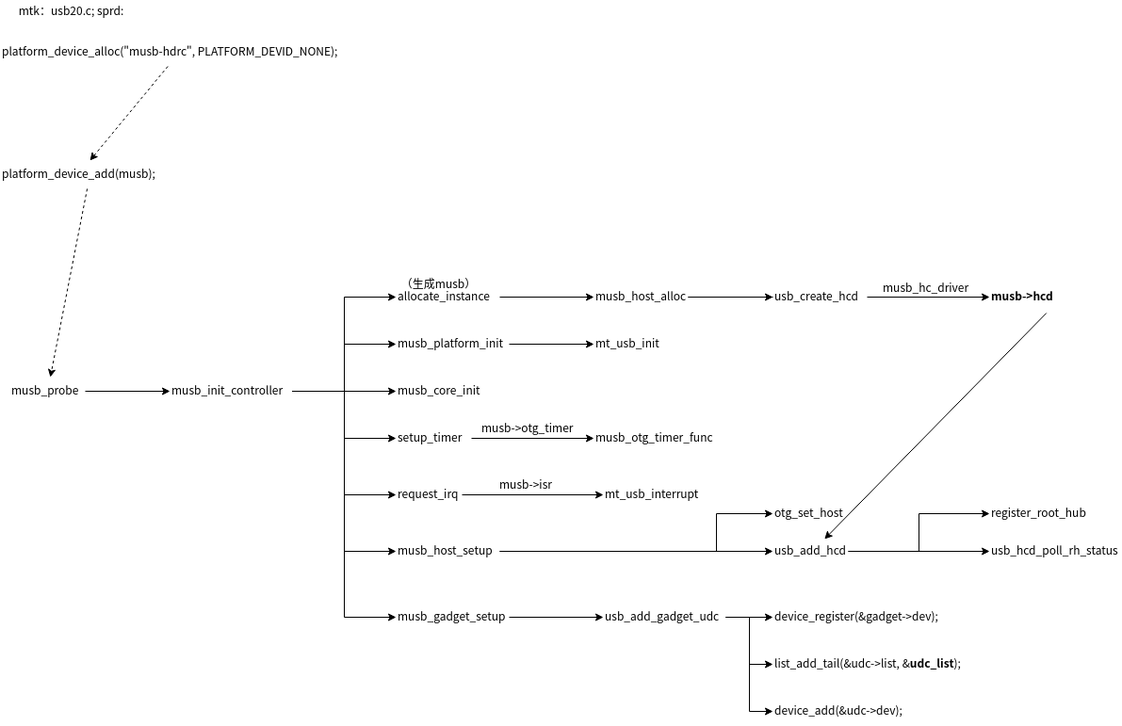
Above: Untitled Diagram.png in zhangmeizhen/test2 (draw.io), before the change. Source tidied: cells renumbered, new cells last; positions are measured from the earlier drawing's top-left corner, leaving out a move shared by most shapes.
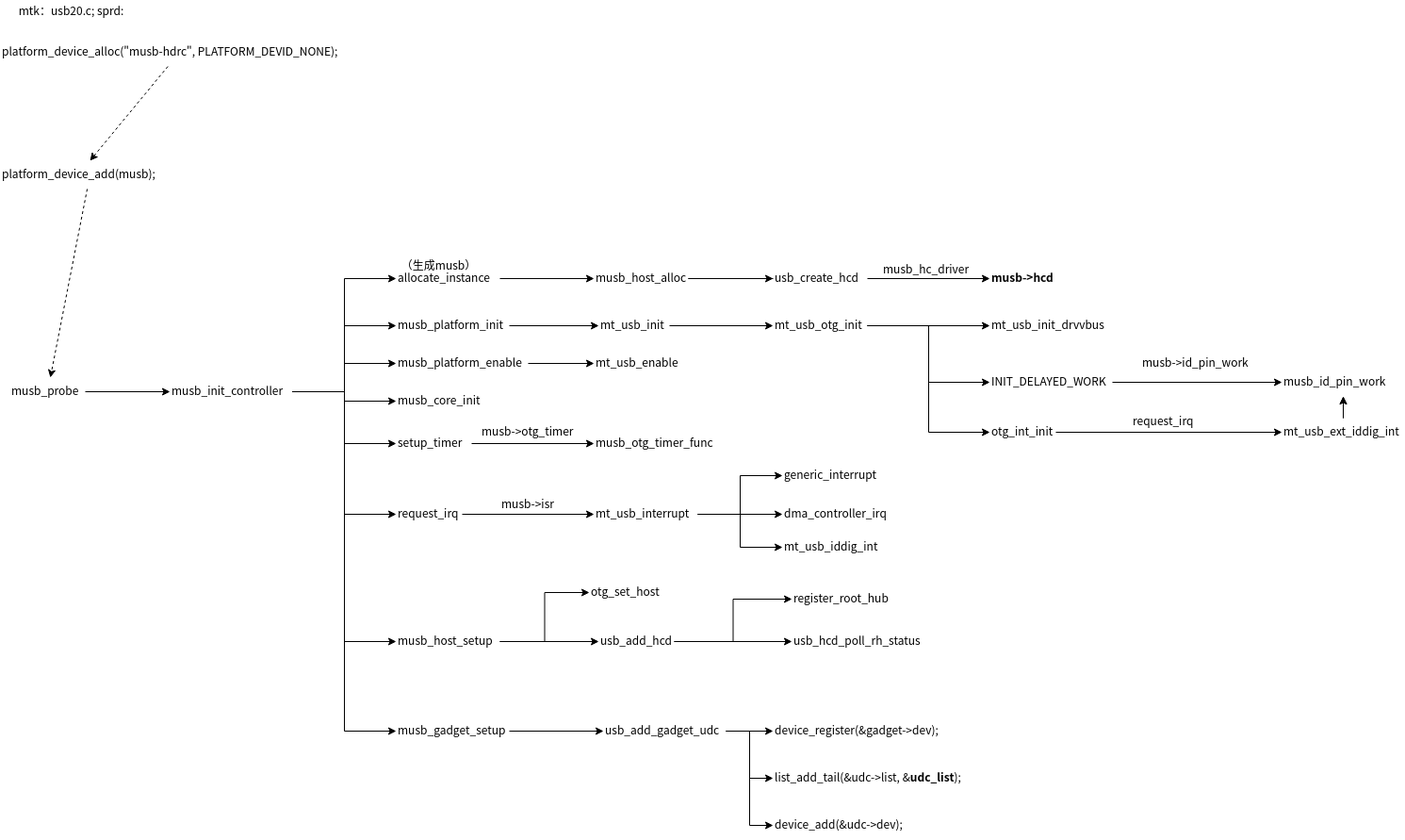
Later version of the same file.

Diff of the diagram source:
```diff
@@ -3,13 +3,13 @@
     <mxCell id="0" />
     <mxCell id="1" parent="0" />
     <mxCell id="2" value="device_register(&amp;gadget-&gt;dev);" style="text;whiteSpace=wrap;html=1;" parent="1" vertex="1">
-      <mxGeometry x="820" y="640" width="200" height="30" as="geometry" />
+      <mxGeometry x="820" y="760" width="200" height="30" as="geometry" />
     </mxCell>
     <mxCell id="3" value="list_add_tail(&amp;amp;udc-&amp;gt;list, &amp;amp;&lt;b&gt;udc_list&lt;/b&gt;);" style="text;whiteSpace=wrap;html=1;" parent="1" vertex="1">
-      <mxGeometry x="820" y="690" width="220" height="30" as="geometry" />
+      <mxGeometry x="820" y="810" width="220" height="30" as="geometry" />
     </mxCell>
     <mxCell id="4" value="device_add(&amp;udc-&gt;dev);" style="text;whiteSpace=wrap;html=1;" parent="1" vertex="1">
-      <mxGeometry x="820" y="740" width="160" height="30" as="geometry" />
+      <mxGeometry x="820" y="860" width="160" height="30" as="geometry" />
     </mxCell>
     <mxCell id="5" style="edgeStyle=orthogonalEdgeStyle;rounded=0;jettySize=auto;html=1;entryX=0;entryY=0.5;entryDx=0;entryDy=0;" parent="1" edge="1" source="6" target="14">
       <mxGeometry relative="1" as="geometry" />
@@ -38,6 +38,9 @@
     <mxCell id="13" style="edgeStyle=orthogonalEdgeStyle;rounded=0;jettySize=auto;html=1;entryX=0;entryY=0.5;entryDx=0;entryDy=0;" parent="1" edge="1" source="14" target="29">
       <mxGeometry relative="1" as="geometry" />
     </mxCell>
+    <mxCell id="58" style="edgeStyle=orthogonalEdgeStyle;rounded=0;jettySize=auto;html=1;entryX=0;entryY=0.5;entryDx=0;entryDy=0;startArrow=none;startFill=0;endArrow=classic;endFill=1;" parent="1" edge="1" source="14" target="64">
+      <mxGeometry relative="1" as="geometry" />
+    </mxCell>
     <mxCell id="14" value="musb_init_controller" style="text;whiteSpace=wrap;html=1;" parent="1" vertex="1">
       <mxGeometry x="180" y="400" width="130" height="30" as="geometry" />
     </mxCell>
@@ -45,72 +48,67 @@
       <mxGeometry relative="1" as="geometry" />
     </mxCell>
     <mxCell id="16" value="allocate_instance" style="text;whiteSpace=wrap;html=1;" parent="1" vertex="1">
-      <mxGeometry x="420" y="300" width="110" height="30" as="geometry" />
+      <mxGeometry x="420" y="280" width="110" height="30" as="geometry" />
     </mxCell>
     <mxCell id="17" value="（生成musb）" style="text;html=1;align=center;verticalAlign=middle;" parent="1" vertex="1">
-      <mxGeometry x="420" y="290" width="90" height="20" as="geometry" />
+      <mxGeometry x="420" y="270" width="90" height="20" as="geometry" />
     </mxCell>
     <mxCell id="18" style="edgeStyle=orthogonalEdgeStyle;rounded=0;jettySize=auto;html=1;entryX=0;entryY=0.5;entryDx=0;entryDy=0;startArrow=none;startFill=0;endArrow=classic;endFill=1;" parent="1" edge="1" source="19" target="57">
       <mxGeometry relative="1" as="geometry" />
     </mxCell>
     <mxCell id="19" value="musb_platform_init" style="text;whiteSpace=wrap;html=1;" parent="1" vertex="1">
-      <mxGeometry x="420" y="350" width="120" height="30" as="geometry" />
+      <mxGeometry x="420" y="330" width="120" height="30" as="geometry" />
     </mxCell>
     <mxCell id="20" value="musb_core_init" style="text;whiteSpace=wrap;html=1;" parent="1" vertex="1">
-      <mxGeometry x="420" y="400" width="110" height="30" as="geometry" />
+      <mxGeometry x="420" y="410" width="110" height="30" as="geometry" />
     </mxCell>
     <mxCell id="21" style="edgeStyle=none;rounded=0;jettySize=auto;html=1;entryX=0;entryY=0.5;entryDx=0;entryDy=0;" parent="1" edge="1" source="22" target="48">
       <mxGeometry relative="1" as="geometry" />
     </mxCell>
     <mxCell id="22" value="setup_timer" style="text;whiteSpace=wrap;html=1;" parent="1" vertex="1">
-      <mxGeometry x="420" y="450" width="80" height="30" as="geometry" />
+      <mxGeometry x="420" y="455" width="80" height="30" as="geometry" />
     </mxCell>
     <mxCell id="23" style="edgeStyle=orthogonalEdgeStyle;rounded=0;jettySize=auto;html=1;entryX=0;entryY=0.5;entryDx=0;entryDy=0;startArrow=none;startFill=0;endArrow=classic;endFill=1;" parent="1" edge="1" source="24" target="56">
       <mxGeometry relative="1" as="geometry" />
     </mxCell>
     <mxCell id="24" value="request_irq" style="text;whiteSpace=wrap;html=1;" parent="1" vertex="1">
-      <mxGeometry x="420" y="510" width="70" height="30" as="geometry" />
+      <mxGeometry x="420" y="530" width="70" height="30" as="geometry" />
     </mxCell>
     <mxCell id="25" style="edgeStyle=orthogonalEdgeStyle;rounded=0;jettySize=auto;html=1;entryX=0;entryY=0.5;entryDx=0;entryDy=0;" parent="1" edge="1" source="27" target="32">
       <mxGeometry relative="1" as="geometry" />
     </mxCell>
-    <mxCell id="26" style="edgeStyle=orthogonalEdgeStyle;rounded=0;jettySize=auto;html=1;entryX=0;entryY=0.5;entryDx=0;entryDy=0;" parent="1" edge="1" source="27" target="43">
-      <mxGeometry relative="1" as="geometry">
-        <Array as="points">
-          <mxPoint x="760" y="585" />
-          <mxPoint x="760" y="545" />
-        </Array>
-      </mxGeometry>
+    <mxCell id="26" style="edgeStyle=orthogonalEdgeStyle;rounded=0;jettySize=auto;html=1;entryX=0;entryY=0.5;entryDx=0;entryDy=0;startArrow=none;startFill=0;endArrow=classic;endFill=1;" parent="1" edge="1" source="27" target="43">
+      <mxGeometry relative="1" as="geometry" />
     </mxCell>
     <mxCell id="27" value="musb_host_setup" style="text;whiteSpace=wrap;html=1;" parent="1" vertex="1">
-      <mxGeometry x="420" y="570" width="110" height="30" as="geometry" />
+      <mxGeometry x="420" y="665" width="110" height="30" as="geometry" />
     </mxCell>
     <mxCell id="28" style="edgeStyle=orthogonalEdgeStyle;rounded=0;jettySize=auto;html=1;" parent="1" edge="1" source="29" target="47">
       <mxGeometry relative="1" as="geometry" />
     </mxCell>
     <mxCell id="29" value="musb_gadget_setup" style="text;whiteSpace=wrap;html=1;" parent="1" vertex="1">
-      <mxGeometry x="420" y="640" width="120" height="30" as="geometry" />
+      <mxGeometry x="420" y="760" width="120" height="30" as="geometry" />
     </mxCell>
     <mxCell id="30" style="edgeStyle=orthogonalEdgeStyle;rounded=0;jettySize=auto;html=1;entryX=0;entryY=0.5;entryDx=0;entryDy=0;" parent="1" edge="1" source="32" target="34">
       <mxGeometry relative="1" as="geometry" />
     </mxCell>
-    <mxCell id="31" style="edgeStyle=orthogonalEdgeStyle;rounded=0;jettySize=auto;html=1;entryX=0;entryY=0.5;entryDx=0;entryDy=0;" parent="1" edge="1" source="32" target="33">
+    <mxCell id="31" style="edgeStyle=orthogonalEdgeStyle;rounded=0;jettySize=auto;html=1;entryX=0;entryY=0.5;entryDx=0;entryDy=0;startArrow=none;startFill=0;endArrow=classic;endFill=1;" parent="1" edge="1" source="32" target="33">
       <mxGeometry relative="1" as="geometry" />
     </mxCell>
     <mxCell id="32" value="usb_add_hcd" style="text;whiteSpace=wrap;html=1;" parent="1" vertex="1">
-      <mxGeometry x="820" y="570" width="80" height="30" as="geometry" />
+      <mxGeometry x="635" y="665" width="80" height="30" as="geometry" />
     </mxCell>
     <mxCell id="33" value="register_root_hub" style="text;whiteSpace=wrap;html=1;" parent="1" vertex="1">
-      <mxGeometry x="1050" y="530" width="110" height="30" as="geometry" />
+      <mxGeometry x="840" y="620" width="110" height="30" as="geometry" />
     </mxCell>
     <mxCell id="34" value="usb_hcd_poll_rh_status" style="text;whiteSpace=wrap;html=1;" parent="1" vertex="1">
-      <mxGeometry x="1050" y="570" width="140" height="30" as="geometry" />
+      <mxGeometry x="840" y="665" width="140" height="30" as="geometry" />
     </mxCell>
     <mxCell id="35" style="edgeStyle=orthogonalEdgeStyle;rounded=0;jettySize=auto;html=1;entryX=0;entryY=0.5;entryDx=0;entryDy=0;" parent="1" edge="1" source="36" target="39">
       <mxGeometry relative="1" as="geometry" />
     </mxCell>
     <mxCell id="36" value="musb_host_alloc" style="text;whiteSpace=wrap;html=1;" parent="1" vertex="1">
-      <mxGeometry x="630" y="300" width="100" height="30" as="geometry" />
+      <mxGeometry x="630" y="280" width="100" height="30" as="geometry" />
     </mxCell>
     <mxCell id="37" style="edgeStyle=orthogonalEdgeStyle;rounded=0;jettySize=auto;html=1;entryX=0;entryY=0.5;entryDx=0;entryDy=0;" parent="1" edge="1" source="39" target="42">
       <mxGeometry relative="1" as="geometry" />
@@ -119,22 +117,16 @@
       <mxGeometry relative="1" as="geometry" />
     </mxCell>
     <mxCell id="39" value="usb_create_hcd" style="text;whiteSpace=wrap;html=1;" parent="1" vertex="1">
-      <mxGeometry x="820" y="300" width="100" height="30" as="geometry" />
+      <mxGeometry x="820" y="280" width="100" height="30" as="geometry" />
     </mxCell>
     <mxCell id="40" value="musb_hc_driver" style="text;whiteSpace=wrap;html=1;" parent="1" vertex="1">
-      <mxGeometry x="935" y="291" width="120" height="30" as="geometry" />
+      <mxGeometry x="935" y="271" width="120" height="30" as="geometry" />
     </mxCell>
-    <mxCell id="41" style="rounded=0;orthogonalLoop=1;jettySize=auto;html=1;" parent="1" edge="1">
-      <mxGeometry relative="1" as="geometry">
-        <mxPoint x="1110.3" y="332" as="sourcePoint" />
-        <mxPoint x="874.7" y="572" as="targetPoint" />
-      </mxGeometry>
-    </mxCell>
     <mxCell id="42" value="&lt;b&gt;musb-&amp;gt;hcd&lt;/b&gt;" style="text;whiteSpace=wrap;html=1;" parent="1" vertex="1">
-      <mxGeometry x="1050" y="300" width="90" height="30" as="geometry" />
+      <mxGeometry x="1050" y="280" width="90" height="30" as="geometry" />
     </mxCell>
     <mxCell id="43" value="otg_set_host" style="text;whiteSpace=wrap;html=1;" parent="1" vertex="1">
-      <mxGeometry x="820" y="530" width="100" height="30" as="geometry" />
+      <mxGeometry x="625" y="613" width="100" height="30" as="geometry" />
     </mxCell>
     <mxCell id="44" style="edgeStyle=orthogonalEdgeStyle;rounded=0;jettySize=auto;html=1;entryX=0;entryY=0.5;entryDx=0;entryDy=0;" parent="1" edge="1" source="47" target="2">
       <mxGeometry relative="1" as="geometry" />
@@ -146,16 +138,16 @@
       <mxGeometry relative="1" as="geometry" />
     </mxCell>
     <mxCell id="47" value="usb_add_gadget_udc" style="text;whiteSpace=wrap;html=1;" parent="1" vertex="1">
-      <mxGeometry x="640" y="640" width="130" height="30" as="geometry" />
+      <mxGeometry x="640" y="760" width="130" height="30" as="geometry" />
     </mxCell>
     <mxCell id="48" value="musb_otg_timer_func" style="text;whiteSpace=wrap;html=1;" parent="1" vertex="1">
-      <mxGeometry x="630" y="450" width="140" height="30" as="geometry" />
+      <mxGeometry x="630" y="455" width="140" height="30" as="geometry" />
     </mxCell>
     <mxCell id="49" value="musb-&amp;gt;otg_timer" style="text;whiteSpace=wrap;html=1;" parent="1" vertex="1">
-      <mxGeometry x="509" y="440" width="99" height="30" as="geometry" />
+      <mxGeometry x="509" y="443" width="99" height="30" as="geometry" />
     </mxCell>
     <mxCell id="50" value="musb-&amp;gt;isr" style="text;whiteSpace=wrap;html=1;" parent="1" vertex="1">
-      <mxGeometry x="528" y="500" width="80" height="30" as="geometry" />
+      <mxGeometry x="530" y="520" width="80" height="30" as="geometry" />
     </mxCell>
     <mxCell id="51" style="edgeStyle=none;rounded=0;jettySize=auto;html=1;entryX=0.5;entryY=0;entryDx=0;entryDy=0;dashed=1;" parent="1" edge="1" source="52" target="54">
       <mxGeometry relative="1" as="geometry" />
@@ -172,11 +164,86 @@
     <mxCell id="55" value="mtk：usb20.c; sprd:" style="text;html=1;align=center;verticalAlign=middle;" parent="1" vertex="1">
       <mxGeometry x="10" width="130" height="20" as="geometry" />
     </mxCell>
+    <mxCell id="59" style="edgeStyle=orthogonalEdgeStyle;rounded=0;jettySize=auto;html=1;startArrow=none;startFill=0;endArrow=classic;endFill=1;" parent="1" edge="1" source="56" target="67">
+      <mxGeometry relative="1" as="geometry" />
+    </mxCell>
+    <mxCell id="60" style="edgeStyle=orthogonalEdgeStyle;rounded=0;jettySize=auto;html=1;entryX=0;entryY=0.5;entryDx=0;entryDy=0;startArrow=none;startFill=0;endArrow=classic;endFill=1;" parent="1" edge="1" source="56" target="68">
+      <mxGeometry relative="1" as="geometry" />
+    </mxCell>
+    <mxCell id="61" style="edgeStyle=orthogonalEdgeStyle;rounded=0;jettySize=auto;html=1;entryX=0;entryY=0.5;entryDx=0;entryDy=0;startArrow=none;startFill=0;endArrow=classic;endFill=1;" parent="1" edge="1" source="56" target="66">
+      <mxGeometry relative="1" as="geometry" />
+    </mxCell>
     <mxCell id="56" value="mt_usb_interrupt" style="text;whiteSpace=wrap;html=1;" parent="1" vertex="1">
-      <mxGeometry x="640" y="510" width="120" height="30" as="geometry" />
+      <mxGeometry x="630" y="530" width="110" height="30" as="geometry" />
     </mxCell>
+    <mxCell id="62" style="edgeStyle=orthogonalEdgeStyle;rounded=0;jettySize=auto;html=1;startArrow=none;startFill=0;endArrow=classic;endFill=1;" parent="1" edge="1" source="57" target="72">
+      <mxGeometry relative="1" as="geometry" />
+    </mxCell>
     <mxCell id="57" value="mt_usb_init" style="text;whiteSpace=wrap;html=1;" parent="1" vertex="1">
-      <mxGeometry x="630" y="350" width="90" height="30" as="geometry" />
+      <mxGeometry x="635" y="330" width="75" height="30" as="geometry" />
     </mxCell>
+    <mxCell id="63" style="edgeStyle=orthogonalEdgeStyle;rounded=0;jettySize=auto;html=1;startArrow=none;startFill=0;endArrow=classic;endFill=1;" parent="1" edge="1" source="64" target="65">
+      <mxGeometry relative="1" as="geometry" />
+    </mxCell>
+    <mxCell id="64" value="musb_platform_enable" style="text;whiteSpace=wrap;html=1;" parent="1" vertex="1">
+      <mxGeometry x="420" y="370" width="140" height="30" as="geometry" />
+    </mxCell>
+    <mxCell id="65" value="mt_usb_enable" style="text;whiteSpace=wrap;html=1;" parent="1" vertex="1">
+      <mxGeometry x="630" y="370" width="110" height="30" as="geometry" />
+    </mxCell>
+    <mxCell id="66" value="generic_interrupt" style="text;whiteSpace=wrap;html=1;" parent="1" vertex="1">
+      <mxGeometry x="830" y="489" width="120" height="30" as="geometry" />
+    </mxCell>
+    <mxCell id="67" value="dma_controller_irq" style="text;whiteSpace=wrap;html=1;" parent="1" vertex="1">
+      <mxGeometry x="830" y="530" width="130" height="30" as="geometry" />
+    </mxCell>
+    <mxCell id="68" value="mt_usb_iddig_int" style="text;whiteSpace=wrap;html=1;" parent="1" vertex="1">
+      <mxGeometry x="830" y="565" width="120" height="30" as="geometry" />
+    </mxCell>
+    <mxCell id="69" style="edgeStyle=orthogonalEdgeStyle;rounded=0;jettySize=auto;html=1;entryX=0;entryY=0.5;entryDx=0;entryDy=0;startArrow=none;startFill=0;endArrow=classic;endFill=1;" parent="1" edge="1" source="72" target="73">
+      <mxGeometry relative="1" as="geometry" />
+    </mxCell>
+    <mxCell id="70" style="edgeStyle=orthogonalEdgeStyle;rounded=0;jettySize=auto;html=1;entryX=0;entryY=0.5;entryDx=0;entryDy=0;startArrow=none;startFill=0;endArrow=classic;endFill=1;" parent="1" edge="1" source="72" target="75">
+      <mxGeometry relative="1" as="geometry" />
+    </mxCell>
+    <mxCell id="71" style="edgeStyle=orthogonalEdgeStyle;rounded=0;jettySize=auto;html=1;entryX=0;entryY=0.5;entryDx=0;entryDy=0;startArrow=none;startFill=0;endArrow=classic;endFill=1;" parent="1" edge="1" source="72" target="79">
+      <mxGeometry relative="1" as="geometry" />
+    </mxCell>
+    <mxCell id="72" value="mt_usb_otg_init" style="text;whiteSpace=wrap;html=1;" parent="1" vertex="1">
+      <mxGeometry x="820" y="330" width="100" height="30" as="geometry" />
+    </mxCell>
+    <mxCell id="73" value="mt_usb_init_drvvbus" style="text;whiteSpace=wrap;html=1;" parent="1" vertex="1">
+      <mxGeometry x="1050" y="330" width="150" height="30" as="geometry" />
+    </mxCell>
+    <mxCell id="74" style="edgeStyle=orthogonalEdgeStyle;rounded=0;jettySize=auto;html=1;entryX=0;entryY=0.5;entryDx=0;entryDy=0;startArrow=none;startFill=0;endArrow=classic;endFill=1;" parent="1" edge="1" source="75" target="76">
+      <mxGeometry relative="1" as="geometry" />
+    </mxCell>
+    <mxCell id="75" value="INIT_DELAYED_WORK" style="text;whiteSpace=wrap;html=1;" parent="1" vertex="1">
+      <mxGeometry x="1050" y="390" width="130" height="30" as="geometry" />
+    </mxCell>
+    <mxCell id="76" value="musb_id_pin_work" style="text;whiteSpace=wrap;html=1;" parent="1" vertex="1">
+      <mxGeometry x="1360" y="390" width="130" height="30" as="geometry" />
+    </mxCell>
+    <mxCell id="77" value="musb-&gt;id_pin_work" style="text;whiteSpace=wrap;html=1;" parent="1" vertex="1">
+      <mxGeometry x="1210" y="370" width="140" height="30" as="geometry" />
+    </mxCell>
+    <mxCell id="78" style="edgeStyle=orthogonalEdgeStyle;rounded=0;jettySize=auto;html=1;entryX=0;entryY=0.5;entryDx=0;entryDy=0;startArrow=none;startFill=0;endArrow=classic;endFill=1;" parent="1" edge="1" source="79" target="83">
+      <mxGeometry relative="1" as="geometry" />
+    </mxCell>
+    <mxCell id="79" value="otg_int_init" style="text;whiteSpace=wrap;html=1;" parent="1" vertex="1">
+      <mxGeometry x="1050" y="443" width="70" height="30" as="geometry" />
+    </mxCell>
+    <mxCell id="80" value="request_irq" style="text;whiteSpace=wrap;html=1;" parent="1" vertex="1">
+      <mxGeometry x="1200" y="432" width="90" height="30" as="geometry" />
+    </mxCell>
+    <mxCell id="81" style="edgeStyle=orthogonalEdgeStyle;rounded=0;jettySize=auto;html=1;startArrow=none;startFill=0;endArrow=classic;endFill=1;" parent="1" edge="1" source="83" target="76">
+      <mxGeometry relative="1" as="geometry" />
+    </mxCell>
+    <mxCell id="82" style="edgeStyle=orthogonalEdgeStyle;rounded=0;jettySize=auto;html=1;startArrow=none;startFill=0;endArrow=classic;endFill=1;" parent="1" edge="1" source="83" target="76">
+      <mxGeometry relative="1" as="geometry" />
+    </mxCell>
+    <mxCell id="83" value="mt_usb_ext_iddig_int" style="text;whiteSpace=wrap;html=1;" parent="1" vertex="1">
+      <mxGeometry x="1360" y="443" width="130" height="30" as="geometry" />
+    </mxCell>
   </root>
 </mxGraphModel>
```
